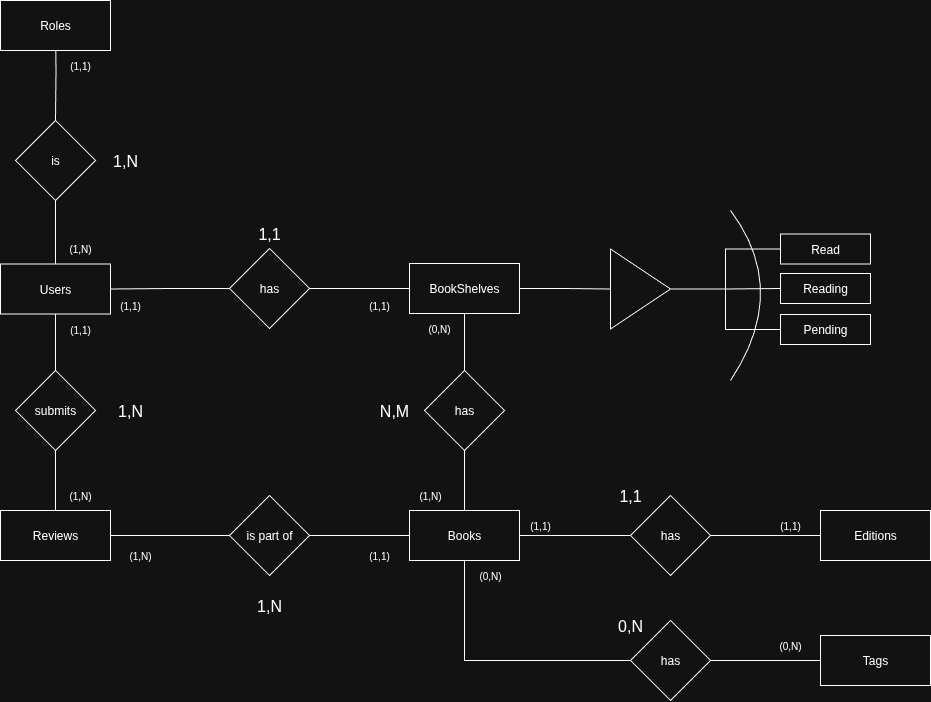
This is documentacion/diagramas/diagrama-er-bookbag.png from moronosoutotomas/proyecto-final-daw, a draw.io export, as it was before one commit. Source tidied: cells renumbered, new cells last; positions are measured from the earlier drawing's top-left corner, leaving out a move shared by most shapes.
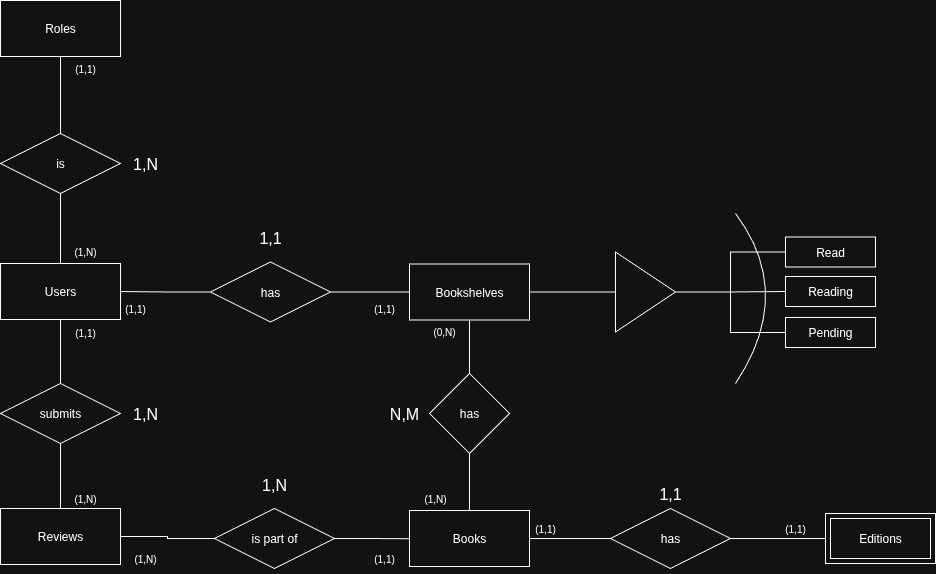
The same diagram one commit later.

Commit message:
Rectificados los diagramas (pero todavía les faltan los atributos)

Diff of the diagram source:
```diff
@@ -2,132 +2,28 @@
   <root>
     <mxCell id="0" />
     <mxCell id="1" parent="0" />
-    <mxCell id="2" style="edgeStyle=orthogonalEdgeStyle;rounded=0;jettySize=auto;html=1;strokeColor=default;startArrow=none;startFill=0;endArrow=none;endFill=0;" parent="1" edge="1" target="10">
-      <mxGeometry relative="1" as="geometry">
-        <mxPoint x="55" y="20" as="sourcePoint" />
-      </mxGeometry>
+    <mxCell id="2" style="edgeStyle=orthogonalEdgeStyle;rounded=0;jettySize=auto;html=1;strokeColor=default;startArrow=none;startFill=0;endArrow=none;endFill=0;entryX=0.5;entryY=0;entryDx=0;entryDy=0;" parent="1" edge="1" source="15" target="35">
+      <mxGeometry relative="1" as="geometry" />
     </mxCell>
-    <mxCell id="3" style="verticalLabelPosition=bottom;verticalAlign=top;html=1;shape=mxgraph.basic.rect;fillColor2=none;strokeWidth=1;size=20;indent=5;" parent="1" vertex="1">
-      <mxGeometry x="820" y="635" width="110" height="50" as="geometry" />
-    </mxCell>
-    <mxCell id="4" style="verticalLabelPosition=bottom;verticalAlign=top;html=1;shape=mxgraph.basic.rect;fillColor2=none;strokeWidth=1;size=20;indent=5;" parent="1" vertex="1">
-      <mxGeometry x="820" y="510" width="110" height="50" as="geometry" />
-    </mxCell>
-    <mxCell id="5" style="verticalLabelPosition=bottom;verticalAlign=top;html=1;shape=mxgraph.basic.rect;fillColor2=none;strokeWidth=1;size=20;indent=5;" parent="1" vertex="1">
-      <mxGeometry x="409" y="510" width="110" height="50" as="geometry" />
-    </mxCell>
-    <mxCell id="6" style="verticalLabelPosition=bottom;verticalAlign=top;html=1;shape=mxgraph.basic.rect;fillColor2=none;strokeWidth=1;size=20;indent=5;" parent="1" vertex="1">
-      <mxGeometry x="409" y="263" width="110" height="50" as="geometry" />
-    </mxCell>
-    <mxCell id="7" style="verticalLabelPosition=bottom;verticalAlign=top;html=1;shape=mxgraph.basic.rect;fillColor2=none;strokeWidth=1;size=20;indent=5;" parent="1" vertex="1">
-      <mxGeometry y="510" width="110" height="50" as="geometry" />
-    </mxCell>
-    <mxCell id="8" style="edgeStyle=orthogonalEdgeStyle;rounded=0;jettySize=auto;html=1;entryX=0.5;entryY=1;entryDx=0;entryDy=0;endArrow=none;endFill=0;" parent="1" edge="1" source="9" target="10">
+    <mxCell id="8" style="edgeStyle=orthogonalEdgeStyle;rounded=0;jettySize=auto;html=1;entryX=0.5;entryY=1;entryDx=0;entryDy=0;endArrow=none;endFill=0;" parent="1" edge="1" source="25" target="35">
       <mxGeometry relative="1" as="geometry" />
     </mxCell>
-    <mxCell id="9" style="verticalLabelPosition=bottom;verticalAlign=top;html=1;shape=mxgraph.basic.rect;fillColor2=none;strokeWidth=1;size=20;indent=5;" parent="1" vertex="1">
-      <mxGeometry y="263.5" width="110" height="50" as="geometry" />
-    </mxCell>
-    <mxCell id="10" style="rhombus;whiteSpace=wrap;html=1;verticalAlign=top;strokeWidth=1;" parent="1" vertex="1">
-      <mxGeometry x="15" y="120" width="80" height="80" as="geometry" />
-    </mxCell>
-    <mxCell id="11" style="edgeStyle=orthogonalEdgeStyle;rounded=0;jettySize=auto;html=1;strokeColor=default;startArrow=none;startFill=0;endArrow=none;endFill=0;exitX=0.5;exitY=1;exitDx=0;exitDy=0;" parent="1" edge="1" source="25" target="12">
+    <mxCell id="11" style="edgeStyle=orthogonalEdgeStyle;rounded=0;jettySize=auto;html=1;strokeColor=default;startArrow=none;startFill=0;endArrow=none;endFill=0;" parent="1" edge="1" source="25" target="36">
       <mxGeometry relative="1" as="geometry" />
     </mxCell>
-    <mxCell id="12" style="rhombus;whiteSpace=wrap;html=1;verticalAlign=top;strokeWidth=1;" parent="1" vertex="1">
-      <mxGeometry x="15" y="370" width="80" height="80" as="geometry" />
-    </mxCell>
-    <mxCell id="13" style="edgeStyle=orthogonalEdgeStyle;rounded=0;jettySize=auto;html=1;entryX=0.5;entryY=1;entryDx=0;entryDy=0;endArrow=none;endFill=0;exitX=0.5;exitY=0;exitDx=0;exitDy=0;" parent="1" edge="1" source="22" target="12">
+    <mxCell id="13" style="edgeStyle=orthogonalEdgeStyle;rounded=0;jettySize=auto;html=1;entryX=0.5;entryY=1;entryDx=0;entryDy=0;endArrow=none;endFill=0;" parent="1" edge="1" source="22" target="36">
       <mxGeometry relative="1" as="geometry" />
     </mxCell>
-    <mxCell id="14" style="verticalLabelPosition=bottom;verticalAlign=top;html=1;shape=mxgraph.basic.rect;fillColor2=none;strokeWidth=1;size=20;indent=5;" parent="1" vertex="1">
-      <mxGeometry width="110" height="50" as="geometry" />
-    </mxCell>
-    <mxCell id="15" value="Roles" style="text;html=1;align=center;verticalAlign=middle;whiteSpace=wrap;rounded=0;" parent="1" vertex="1">
-      <mxGeometry width="110" height="50" as="geometry" />
-    </mxCell>
-    <mxCell id="16" value="Editions" style="text;html=1;align=center;verticalAlign=middle;whiteSpace=wrap;rounded=0;" parent="1" vertex="1">
-      <mxGeometry x="820" y="510" width="110" height="50" as="geometry" />
-    </mxCell>
-    <mxCell id="17" value="Tags" style="text;html=1;align=center;verticalAlign=middle;whiteSpace=wrap;rounded=0;" parent="1" vertex="1">
-      <mxGeometry x="820" y="635" width="110" height="50" as="geometry" />
-    </mxCell>
-    <mxCell id="18" style="edgeStyle=orthogonalEdgeStyle;rounded=0;jettySize=auto;html=1;entryX=0;entryY=0.5;entryDx=0;entryDy=0;endArrow=none;endFill=0;" parent="1" edge="1" source="20" target="29">
-      <mxGeometry relative="1" as="geometry" />
-    </mxCell>
-    <mxCell id="19" style="edgeStyle=orthogonalEdgeStyle;rounded=0;jettySize=auto;html=1;entryX=0;entryY=0.5;entryDx=0;entryDy=0;endArrow=none;endFill=0;exitX=0.5;exitY=1;exitDx=0;exitDy=0;" parent="1" edge="1" source="20" target="27">
-      <mxGeometry relative="1" as="geometry" />
-    </mxCell>
-    <mxCell id="20" value="Books" style="text;html=1;align=center;verticalAlign=middle;whiteSpace=wrap;rounded=0;" parent="1" vertex="1">
-      <mxGeometry x="409" y="510" width="110" height="50" as="geometry" />
-    </mxCell>
-    <mxCell id="21" style="edgeStyle=orthogonalEdgeStyle;rounded=0;jettySize=auto;html=1;entryX=0;entryY=0.5;entryDx=0;entryDy=0;endArrow=none;endFill=0;" parent="1" edge="1" source="22" target="31">
-      <mxGeometry relative="1" as="geometry" />
-    </mxCell>
-    <mxCell id="22" value="Reviews" style="text;html=1;align=center;verticalAlign=middle;whiteSpace=wrap;rounded=0;" parent="1" vertex="1">
-      <mxGeometry y="510" width="110" height="50" as="geometry" />
-    </mxCell>
-    <mxCell id="23" style="edgeStyle=orthogonalEdgeStyle;rounded=0;jettySize=auto;html=1;entryX=0;entryY=0.5;entryDx=0;entryDy=0;endArrow=none;endFill=0;" parent="1" edge="1" source="24" target="48">
+    <mxCell id="23" style="edgeStyle=orthogonalEdgeStyle;rounded=0;jettySize=auto;html=1;entryX=0;entryY=0.5;entryDx=0;entryDy=0;endArrow=none;endFill=0;" parent="1" edge="1" source="85" target="48">
       <mxGeometry relative="1" as="geometry" />
     </mxCell>
-    <mxCell id="24" value="BookShelves" style="text;html=1;align=center;verticalAlign=middle;whiteSpace=wrap;rounded=0;" parent="1" vertex="1">
-      <mxGeometry x="409" y="263" width="110" height="50" as="geometry" />
-    </mxCell>
-    <mxCell id="25" value="Users" style="text;html=1;align=center;verticalAlign=middle;whiteSpace=wrap;rounded=0;" parent="1" vertex="1">
-      <mxGeometry y="263.5" width="110" height="50" as="geometry" />
-    </mxCell>
-    <mxCell id="26" style="edgeStyle=orthogonalEdgeStyle;rounded=0;jettySize=auto;html=1;entryX=0;entryY=0.5;entryDx=0;entryDy=0;endArrow=none;endFill=0;" parent="1" edge="1" source="27" target="17">
-      <mxGeometry relative="1" as="geometry" />
-    </mxCell>
-    <mxCell id="27" style="rhombus;whiteSpace=wrap;html=1;verticalAlign=top;strokeWidth=1;" parent="1" vertex="1">
-      <mxGeometry x="630" y="620" width="80" height="80" as="geometry" />
-    </mxCell>
-    <mxCell id="28" style="edgeStyle=orthogonalEdgeStyle;rounded=0;jettySize=auto;html=1;entryX=0;entryY=0.5;entryDx=0;entryDy=0;endArrow=none;endFill=0;" parent="1" edge="1" source="29" target="16">
-      <mxGeometry relative="1" as="geometry" />
-    </mxCell>
-    <mxCell id="29" style="rhombus;whiteSpace=wrap;html=1;verticalAlign=top;strokeWidth=1;" parent="1" vertex="1">
-      <mxGeometry x="630" y="495" width="80" height="80" as="geometry" />
-    </mxCell>
-    <mxCell id="30" style="edgeStyle=orthogonalEdgeStyle;rounded=0;jettySize=auto;html=1;entryX=0;entryY=0.5;entryDx=0;entryDy=0;endArrow=none;endFill=0;" parent="1" edge="1" source="31" target="20">
-      <mxGeometry relative="1" as="geometry" />
-    </mxCell>
-    <mxCell id="31" style="rhombus;whiteSpace=wrap;html=1;verticalAlign=top;strokeWidth=1;" parent="1" vertex="1">
-      <mxGeometry x="229" y="495" width="80" height="80" as="geometry" />
-    </mxCell>
-    <mxCell id="32" style="edgeStyle=orthogonalEdgeStyle;rounded=0;jettySize=auto;html=1;entryX=1;entryY=0.5;entryDx=0;entryDy=0;endArrow=none;endFill=0;" parent="1" edge="1" source="34" target="25">
-      <mxGeometry relative="1" as="geometry" />
-    </mxCell>
-    <mxCell id="33" style="edgeStyle=orthogonalEdgeStyle;rounded=0;jettySize=auto;html=1;entryX=0;entryY=0.5;entryDx=0;entryDy=0;endArrow=none;endFill=0;" parent="1" edge="1" source="34" target="24">
-      <mxGeometry relative="1" as="geometry" />
-    </mxCell>
-    <mxCell id="34" style="rhombus;whiteSpace=wrap;html=1;verticalAlign=top;strokeWidth=1;" parent="1" vertex="1">
-      <mxGeometry x="229" y="248" width="80" height="80" as="geometry" />
-    </mxCell>
-    <mxCell id="35" value="is" style="text;html=1;align=center;verticalAlign=middle;whiteSpace=wrap;rounded=0;" parent="1" vertex="1">
-      <mxGeometry x="20" y="120" width="70" height="80" as="geometry" />
-    </mxCell>
-    <mxCell id="36" value="submits" style="text;html=1;align=center;verticalAlign=middle;whiteSpace=wrap;rounded=0;" parent="1" vertex="1">
-      <mxGeometry x="20" y="370" width="70" height="80" as="geometry" />
-    </mxCell>
-    <mxCell id="37" value="is part of" style="text;html=1;align=center;verticalAlign=middle;whiteSpace=wrap;rounded=0;" parent="1" vertex="1">
-      <mxGeometry x="234" y="495" width="70" height="80" as="geometry" />
-    </mxCell>
-    <mxCell id="38" value="has" style="text;html=1;align=center;verticalAlign=middle;whiteSpace=wrap;rounded=0;" parent="1" vertex="1">
-      <mxGeometry x="635" y="495" width="70" height="80" as="geometry" />
-    </mxCell>
-    <mxCell id="39" value="has" style="text;html=1;align=center;verticalAlign=middle;whiteSpace=wrap;rounded=0;" parent="1" vertex="1">
-      <mxGeometry x="635" y="620" width="70" height="80" as="geometry" />
-    </mxCell>
-    <mxCell id="40" value="has" style="text;html=1;align=center;verticalAlign=middle;whiteSpace=wrap;rounded=0;" parent="1" vertex="1">
-      <mxGeometry x="234" y="248" width="70" height="80" as="geometry" />
-    </mxCell>
     <mxCell id="41" style="rhombus;whiteSpace=wrap;html=1;verticalAlign=top;strokeWidth=1;" parent="1" vertex="1">
       <mxGeometry x="424" y="370" width="80" height="80" as="geometry" />
     </mxCell>
-    <mxCell id="42" style="edgeStyle=orthogonalEdgeStyle;rounded=0;jettySize=auto;html=1;entryX=0.5;entryY=1;entryDx=0;entryDy=0;endArrow=none;endFill=0;" parent="1" edge="1" source="44" target="24">
+    <mxCell id="42" style="edgeStyle=orthogonalEdgeStyle;rounded=0;jettySize=auto;html=1;endArrow=none;endFill=0;" parent="1" edge="1" source="44" target="85">
       <mxGeometry relative="1" as="geometry" />
     </mxCell>
-    <mxCell id="43" style="edgeStyle=orthogonalEdgeStyle;rounded=0;jettySize=auto;html=1;entryX=0.5;entryY=0;entryDx=0;entryDy=0;endArrow=none;endFill=0;" parent="1" edge="1" source="44" target="20">
+    <mxCell id="43" style="edgeStyle=orthogonalEdgeStyle;rounded=0;jettySize=auto;html=1;endArrow=none;endFill=0;" parent="1" edge="1" source="44" target="20">
       <mxGeometry relative="1" as="geometry" />
     </mxCell>
     <mxCell id="44" value="has" style="text;html=1;align=center;verticalAlign=middle;whiteSpace=wrap;rounded=0;" parent="1" vertex="1">
@@ -205,35 +101,79 @@
     <mxCell id="66" value="(1,1)" style="text;html=1;align=center;verticalAlign=middle;whiteSpace=wrap;rounded=0;fontSize=10;" parent="1" vertex="1">
       <mxGeometry x="510" y="510" width="60" height="30" as="geometry" />
     </mxCell>
-    <mxCell id="67" value="(0,N)" style="text;html=1;align=center;verticalAlign=middle;whiteSpace=wrap;rounded=0;fontSize=10;" parent="1" vertex="1">
-      <mxGeometry x="460" y="560" width="60" height="30" as="geometry" />
-    </mxCell>
-    <mxCell id="68" value="(0,N)" style="text;html=1;align=center;verticalAlign=middle;whiteSpace=wrap;rounded=0;fontSize=10;" parent="1" vertex="1">
-      <mxGeometry x="760" y="630" width="60" height="30" as="geometry" />
-    </mxCell>
     <mxCell id="69" value="(1,1)" style="text;html=1;align=center;verticalAlign=middle;whiteSpace=wrap;rounded=0;fontSize=10;" parent="1" vertex="1">
       <mxGeometry x="760" y="510" width="60" height="30" as="geometry" />
     </mxCell>
     <mxCell id="70" value="&lt;font&gt;1,N&lt;/font&gt;" style="text;html=1;align=center;verticalAlign=middle;whiteSpace=wrap;rounded=0;fontSize=16;" parent="1" vertex="1">
-      <mxGeometry x="95" y="145" width="60" height="30" as="geometry" />
+      <mxGeometry x="110" y="145" width="60" height="30" as="geometry" />
     </mxCell>
     <mxCell id="71" value="&lt;font&gt;1,1&lt;/font&gt;" style="text;html=1;align=center;verticalAlign=middle;whiteSpace=wrap;rounded=0;fontSize=16;" parent="1" vertex="1">
-      <mxGeometry x="239" y="218" width="60" height="30" as="geometry" />
+      <mxGeometry x="235" y="218.5" width="60" height="30" as="geometry" />
     </mxCell>
     <mxCell id="72" value="&lt;font&gt;1,N&lt;/font&gt;" style="text;html=1;align=center;verticalAlign=middle;whiteSpace=wrap;rounded=0;fontSize=16;" parent="1" vertex="1">
-      <mxGeometry x="100" y="395" width="60" height="30" as="geometry" />
+      <mxGeometry x="110" y="395" width="60" height="30" as="geometry" />
     </mxCell>
     <mxCell id="73" value="&lt;font&gt;1,N&lt;/font&gt;" style="text;html=1;align=center;verticalAlign=middle;whiteSpace=wrap;rounded=0;fontSize=16;" parent="1" vertex="1">
-      <mxGeometry x="239" y="590" width="60" height="30" as="geometry" />
+      <mxGeometry x="239" y="466" width="60" height="30" as="geometry" />
     </mxCell>
     <mxCell id="74" value="&lt;font&gt;N,M&lt;/font&gt;" style="text;html=1;align=center;verticalAlign=middle;whiteSpace=wrap;rounded=0;fontSize=16;" parent="1" vertex="1">
-      <mxGeometry x="364" y="395" width="60" height="30" as="geometry" />
+      <mxGeometry x="369" y="395" width="60" height="30" as="geometry" />
     </mxCell>
     <mxCell id="75" value="&lt;font&gt;1,1&lt;/font&gt;" style="text;html=1;align=center;verticalAlign=middle;whiteSpace=wrap;rounded=0;fontSize=16;" parent="1" vertex="1">
-      <mxGeometry x="600" y="480" width="60" height="30" as="geometry" />
+      <mxGeometry x="635" y="475" width="60" height="30" as="geometry" />
     </mxCell>
-    <mxCell id="76" value="&lt;font&gt;0,N&lt;/font&gt;" style="text;html=1;align=center;verticalAlign=middle;whiteSpace=wrap;rounded=0;fontSize=16;" parent="1" vertex="1">
-      <mxGeometry x="600" y="610" width="60" height="30" as="geometry" />
-    </mxCell>
+    <mxCell id="16" value="Editions" style="shape=ext;margin=3;double=1;whiteSpace=wrap;html=1;align=center;" parent="1" vertex="1">
+      <mxGeometry x="820" y="510" width="110" height="50" as="geometry" />
+    </mxCell>
+    <mxCell id="35" value="is" style="shape=rhombus;perimeter=rhombusPerimeter;whiteSpace=wrap;html=1;align=center;" parent="1" vertex="1">
+      <mxGeometry x="-5" y="130" width="120" height="60" as="geometry" />
+    </mxCell>
+    <mxCell id="36" value="submits" style="shape=rhombus;perimeter=rhombusPerimeter;whiteSpace=wrap;html=1;align=center;" parent="1" vertex="1">
+      <mxGeometry x="-5" y="380" width="120" height="60" as="geometry" />
+    </mxCell>
+    <mxCell id="77" style="edgeStyle=orthogonalEdgeStyle;rounded=0;jettySize=auto;html=1;endArrow=none;endFill=0;" parent="1" edge="1" source="79" target="25">
+      <mxGeometry relative="1" as="geometry" />
+    </mxCell>
+    <mxCell id="78" style="edgeStyle=orthogonalEdgeStyle;rounded=0;jettySize=auto;html=1;endArrow=none;endFill=0;" parent="1" edge="1" source="79" target="85">
+      <mxGeometry relative="1" as="geometry" />
+    </mxCell>
+    <mxCell id="79" value="has" style="shape=rhombus;perimeter=rhombusPerimeter;whiteSpace=wrap;html=1;align=center;" parent="1" vertex="1">
+      <mxGeometry x="205" y="258.5" width="120" height="60" as="geometry" />
+    </mxCell>
+    <mxCell id="80" style="edgeStyle=orthogonalEdgeStyle;shape=connector;rounded=0;jettySize=auto;html=1;strokeColor=default;align=center;verticalAlign=middle;fontFamily=Helvetica;fontSize=11;fontColor=default;labelBackgroundColor=default;endArrow=none;endFill=0;" parent="1" edge="1" source="37" target="22">
+      <mxGeometry relative="1" as="geometry" />
+    </mxCell>
+    <mxCell id="37" value="is part of" style="shape=rhombus;perimeter=rhombusPerimeter;whiteSpace=wrap;html=1;align=center;" parent="1" vertex="1">
+      <mxGeometry x="209" y="505" width="120" height="60" as="geometry" />
+    </mxCell>
+    <mxCell id="81" style="edgeStyle=orthogonalEdgeStyle;shape=connector;rounded=0;jettySize=auto;html=1;strokeColor=default;align=center;verticalAlign=middle;fontFamily=Helvetica;fontSize=11;fontColor=default;labelBackgroundColor=default;endArrow=none;endFill=0;" parent="1" edge="1" source="83" target="20">
+      <mxGeometry relative="1" as="geometry" />
+    </mxCell>
+    <mxCell id="82" style="edgeStyle=orthogonalEdgeStyle;shape=connector;rounded=0;jettySize=auto;html=1;strokeColor=default;align=center;verticalAlign=middle;fontFamily=Helvetica;fontSize=11;fontColor=default;labelBackgroundColor=default;endArrow=none;endFill=0;" parent="1" edge="1" source="83" target="16">
+      <mxGeometry relative="1" as="geometry" />
+    </mxCell>
+    <mxCell id="83" value="has" style="shape=rhombus;perimeter=rhombusPerimeter;whiteSpace=wrap;html=1;align=center;" parent="1" vertex="1">
+      <mxGeometry x="605" y="505" width="120" height="60" as="geometry" />
+    </mxCell>
+    <mxCell id="84" style="edgeStyle=orthogonalEdgeStyle;shape=connector;rounded=0;jettySize=auto;html=1;entryX=0.032;entryY=0.506;entryDx=0;entryDy=0;entryPerimeter=0;strokeColor=default;align=center;verticalAlign=middle;fontFamily=Helvetica;fontSize=11;fontColor=default;labelBackgroundColor=default;endArrow=none;endFill=0;" parent="1" edge="1" source="37">
+      <mxGeometry relative="1" as="geometry">
+        <mxPoint x="412.5" y="535.3" as="targetPoint" />
+      </mxGeometry>
+    </mxCell>
+    <mxCell id="15" value="Roles" style="whiteSpace=wrap;html=1;align=center;fontFamily=Helvetica;fontSize=12;fontColor=default;labelBackgroundColor=default;" parent="1" vertex="1">
+      <mxGeometry x="-5" y="-3" width="120" height="56" as="geometry" />
+    </mxCell>
+    <mxCell id="25" value="Users" style="whiteSpace=wrap;html=1;align=center;fontFamily=Helvetica;fontSize=12;fontColor=default;labelBackgroundColor=default;" parent="1" vertex="1">
+      <mxGeometry x="-5" y="260" width="120" height="56" as="geometry" />
+    </mxCell>
+    <mxCell id="22" value="Reviews" style="whiteSpace=wrap;html=1;align=center;fontFamily=Helvetica;fontSize=12;fontColor=default;labelBackgroundColor=default;" parent="1" vertex="1">
+      <mxGeometry x="-5" y="505" width="120" height="56" as="geometry" />
+    </mxCell>
+    <mxCell id="85" value="Bookshelves" style="whiteSpace=wrap;html=1;align=center;fontFamily=Helvetica;fontSize=12;fontColor=default;labelBackgroundColor=default;" parent="1" vertex="1">
+      <mxGeometry x="404" y="260.5" width="120" height="56" as="geometry" />
+    </mxCell>
+    <mxCell id="20" value="Books" style="whiteSpace=wrap;html=1;align=center;fontFamily=Helvetica;fontSize=12;fontColor=default;labelBackgroundColor=default;" parent="1" vertex="1">
+      <mxGeometry x="404" y="507" width="120" height="56" as="geometry" />
+    </mxCell>
   </root>
 </mxGraphModel>
```
